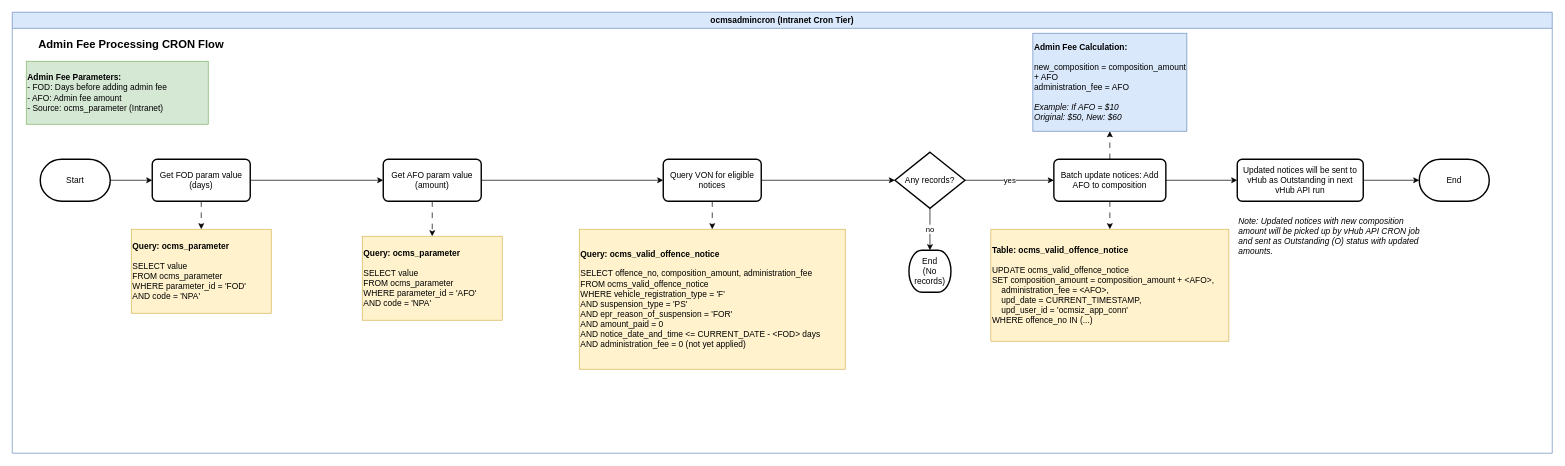
This is page "10_Admin_Fee_Processing" (10 of 10) of OCMS 14/Section 2/OCMS14-Technical_Flowchart_Section_2.drawio from rafifmgg/techdoc, a draw.io file, before an edit. Source tidied: cells renumbered, new cells numbered last; positions are measured from the earlier drawing's top-left corner, leaving out a move shared by most shapes. Both pictures are drawn from the tidied source at 70%, with x=0, y=0 at pixel (12, 12).
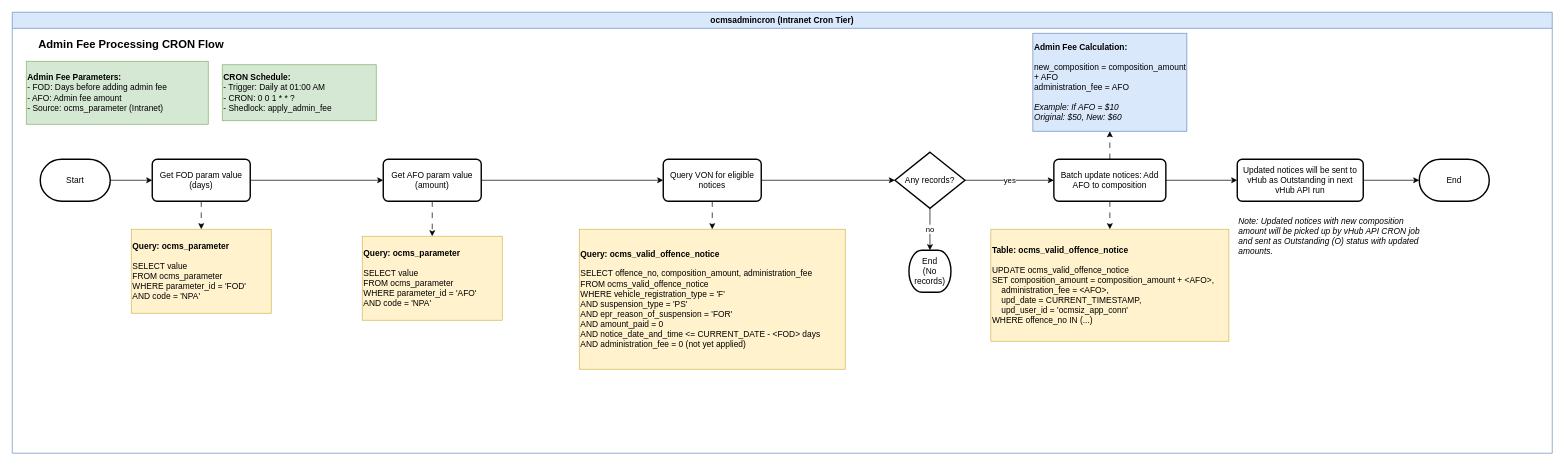
After the change.

The change refers to these unchanged cells:
```xml
<mxCell id="2" value="ocmsadmincron (Intranet Cron Tier)" style="swimlane;whiteSpace=wrap;html=1;fillColor=#dae8fc;strokeColor=#6c8ebf;" parent="1" vertex="1">
  <mxGeometry width="2200" height="630" as="geometry" />
</mxCell>
```

Change to the diagram source:
```diff
@@
+    <mxCell id="33" value="&lt;b&gt;CRON Schedule:&lt;/b&gt;&lt;div&gt;- Trigger: Daily at 01:00 AM&lt;/div&gt;&lt;div&gt;- CRON: 0 0 1 * * ?&lt;/div&gt;&lt;div&gt;- Shedlock: apply_admin_fee&lt;/div&gt;" style="rounded=0;whiteSpace=wrap;html=1;align=left;strokeColor=#82b366;fillColor=#d5e8d4;" parent="2" vertex="1">
+      <mxGeometry x="300" y="75" width="220" height="80" as="geometry" />
+    </mxCell>
```
